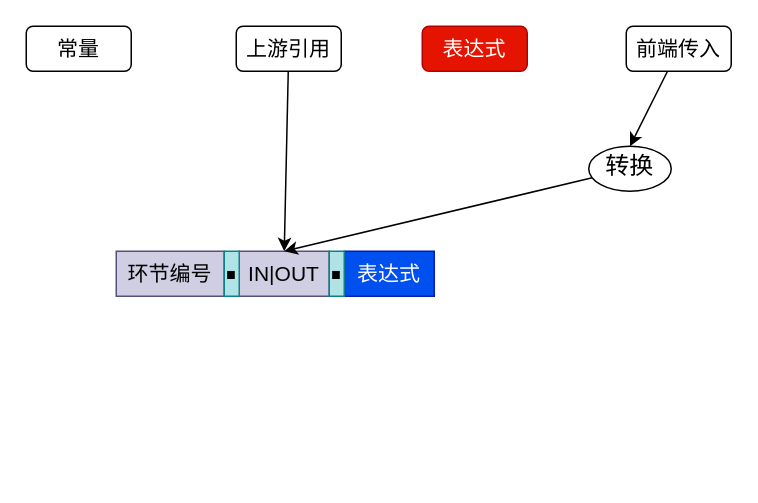
The draw.io diagram page "JPath" (9 of 9) of 微服务.drawio in qymmdj/draw-io, before the edit. Source tidied: cells renumbered, new cells numbered last; positions are measured from the earlier drawing's top-left corner, leaving out a move shared by most shapes. Both pictures are drawn from the tidied source at 150%, with x=0, y=0 at pixel (26, 26).
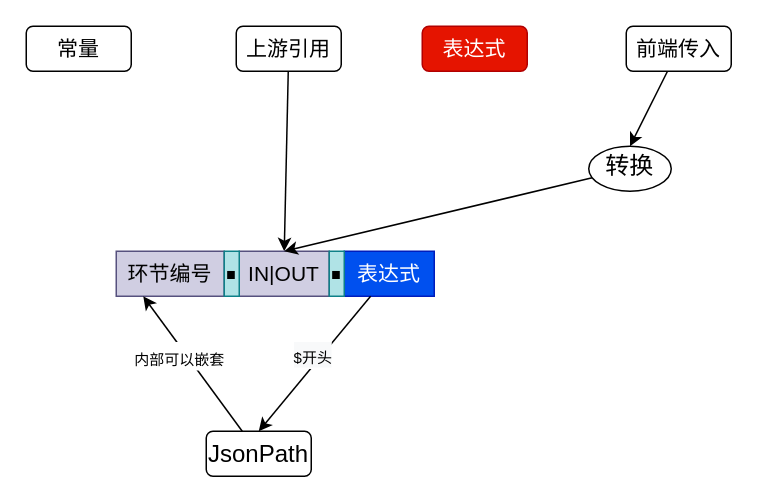
After the change.

Commit message (it also covers changes not shown here):
更新微服务.drawio

The change refers to these unchanged cells:
```xml
<mxCell id="10" value="环节编号" style="rounded=0;whiteSpace=wrap;html=1;fontSize=14;fillColor=#d0cee2;strokeColor=#56517e;" parent="8" vertex="1">
  <mxGeometry width="72" height="30" as="geometry" />
</mxCell>
<mxCell id="12" value="表达式" style="rounded=0;whiteSpace=wrap;html=1;fontSize=14;fillColor=#0050ef;strokeColor=#001DBC;fontColor=#ffffff;" parent="8" vertex="1">
  <mxGeometry x="152" width="60" height="30" as="geometry" />
</mxCell>
```

The edit, as a diff of the source:
```diff
@@
+    <mxCell id="16" style="edgeStyle=none;rounded=0;jettySize=auto;html=1;entryX=0.25;entryY=1;entryDx=0;entryDy=0;fontSize=16;" parent="1" edge="1" source="18" target="10">
+      <mxGeometry relative="1" as="geometry" />
+    </mxCell>
+    <mxCell id="17" value="&lt;font style=&quot;font-size: 10px;&quot;&gt;内部可以嵌套&lt;/font&gt;" style="edgeLabel;html=1;align=center;verticalAlign=middle;fontSize=16;" parent="16" vertex="1">
+      <mxGeometry x="0.3" y="-1" relative="1" as="geometry">
+        <mxPoint y="9" as="offset" />
+      </mxGeometry>
+    </mxCell>
+    <mxCell id="18" value="JsonPath" style="rounded=1;whiteSpace=wrap;html=1;fontSize=16;" parent="1" vertex="1">
+      <mxGeometry x="120" y="270" width="70" height="30" as="geometry" />
+    </mxCell>
+    <mxCell id="19" style="edgeStyle=none;rounded=0;jettySize=auto;html=1;entryX=0.5;entryY=0;entryDx=0;entryDy=0;fontSize=16;" parent="1" edge="1" source="12" target="18">
+      <mxGeometry relative="1" as="geometry" />
+    </mxCell>
+    <mxCell id="20" value="&lt;span style=&quot;background-color: rgb(248, 249, 250);&quot;&gt;&lt;font style=&quot;font-size: 10px;&quot;&gt;$开头&lt;/font&gt;&lt;/span&gt;" style="edgeLabel;html=1;align=center;verticalAlign=middle;fontSize=16;" parent="19" vertex="1">
+      <mxGeometry x="0.17" y="1" relative="1" as="geometry">
+        <mxPoint x="4" y="-14" as="offset" />
+      </mxGeometry>
+    </mxCell>
```
